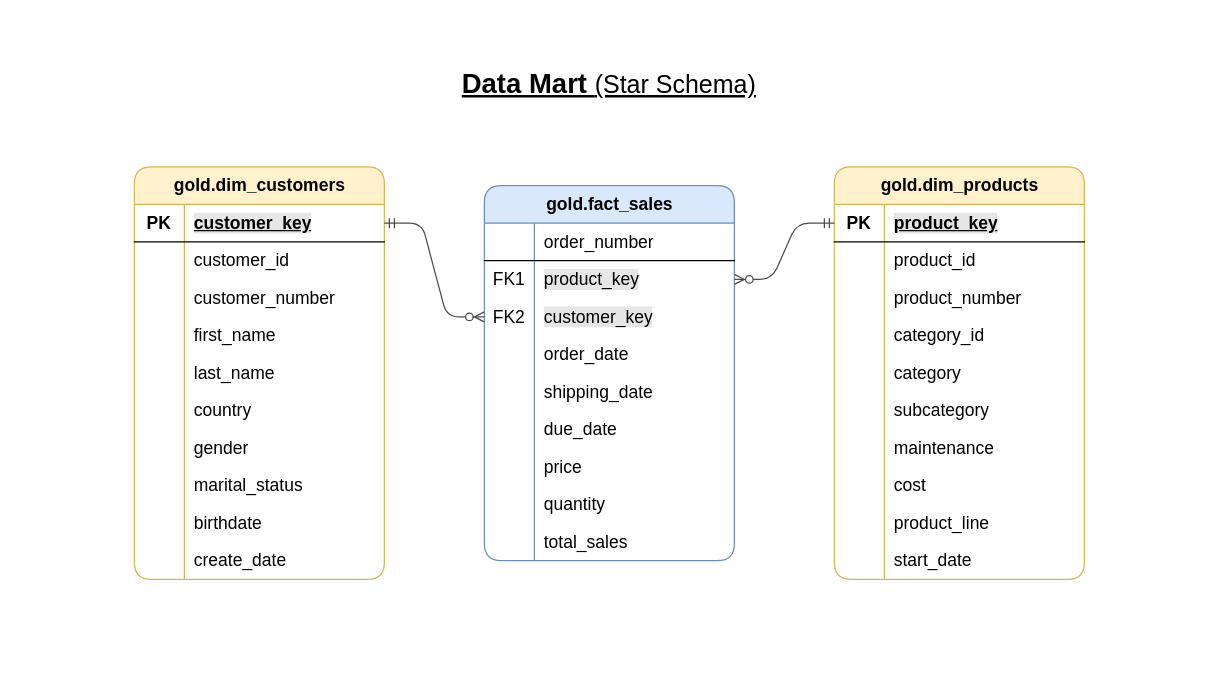
Above: page "Data Model" (5 of 5) of documents/project_diagrams.drawio in RonydaEssam/SQL_Data_Warehouse_Project (draw.io), before the change. Source tidied: cells renumbered, new cells numbered last; positions are measured from the earlier drawing's top-left corner, leaving out a move shared by most shapes. Both pictures are drawn from the tidied source at 125%, with x=0, y=0 at pixel (21, 21).
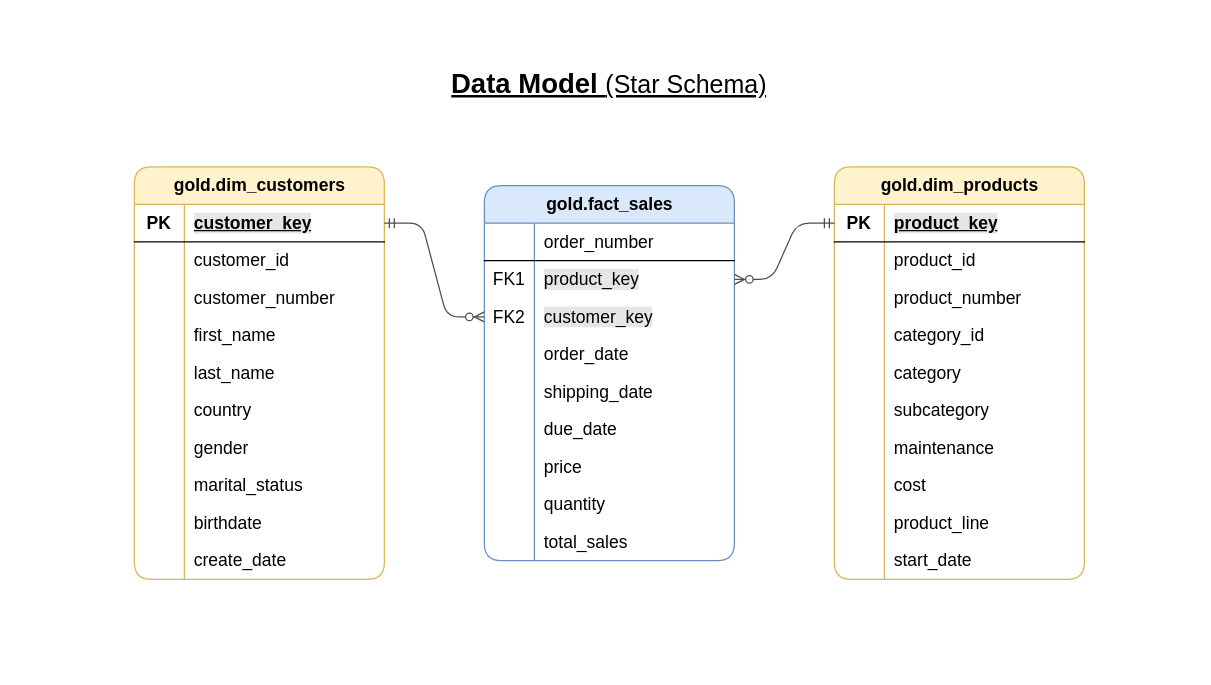
Above is the later version.

Diff of the diagram source:
```diff
@@
-    <mxCell id="95" value="Data Mart &lt;span style=&quot;font-weight: normal;&quot;&gt;&lt;font style=&quot;font-size: 20px;&quot;&gt;(Star Schema)&lt;/font&gt;&lt;/span&gt;" style="text;strokeColor=none;fillColor=none;align=center;verticalAlign=middle;spacingLeft=4;spacingRight=4;overflow=hidden;whiteSpace=wrap;html=1;fontColor=#000000;fontSize=22;fontStyle=5;" parent="1" vertex="1">
+    <mxCell id="95" value="&lt;font style=&quot;color: rgb(0, 0, 0);&quot;&gt;Data Model&amp;nbsp;&lt;span style=&quot;font-size: 20px; font-weight: normal; background-color: transparent;&quot;&gt;(Star Schema)&lt;/span&gt;&lt;/font&gt;" style="text;strokeColor=none;fillColor=none;align=center;verticalAlign=middle;spacingLeft=4;spacingRight=4;overflow=hidden;whiteSpace=wrap;html=1;fontColor=#000000;fontSize=22;fontStyle=5;" parent="1" vertex="1">
       <mxGeometry x="315.5" y="24" width="308" height="52" as="geometry" />
     </mxCell>
```
